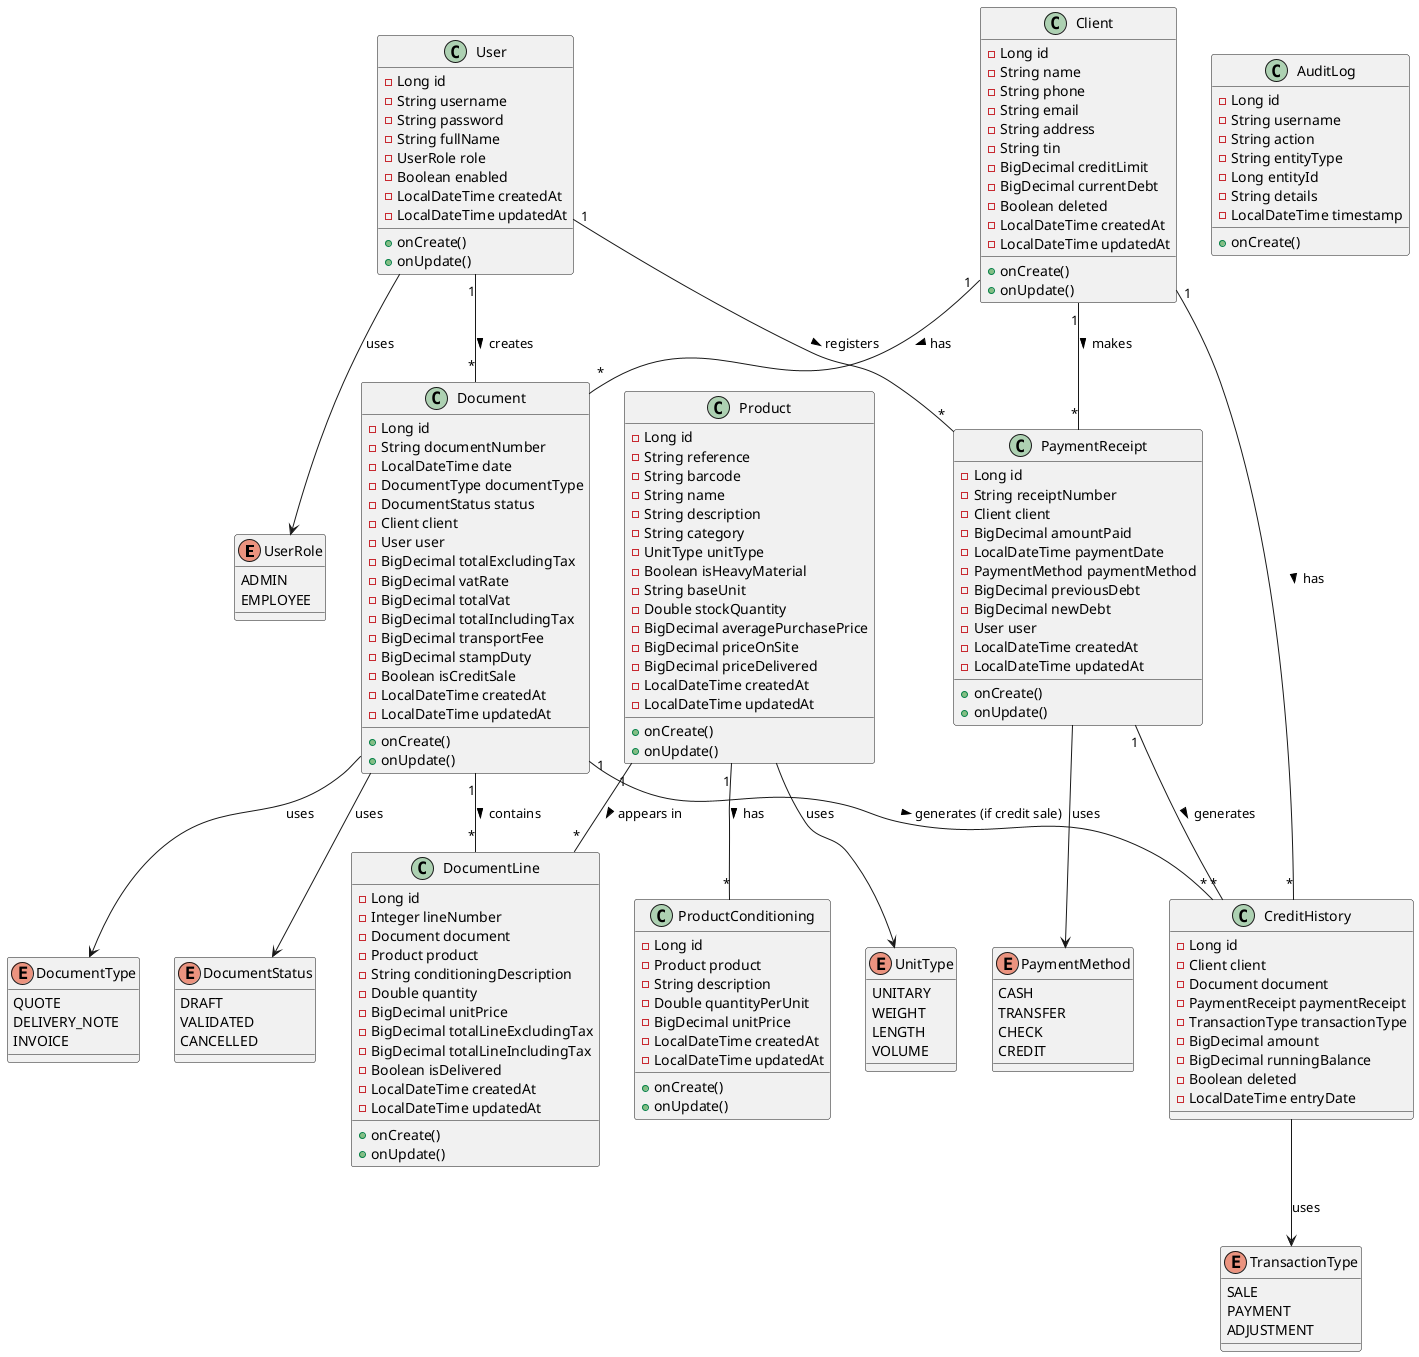
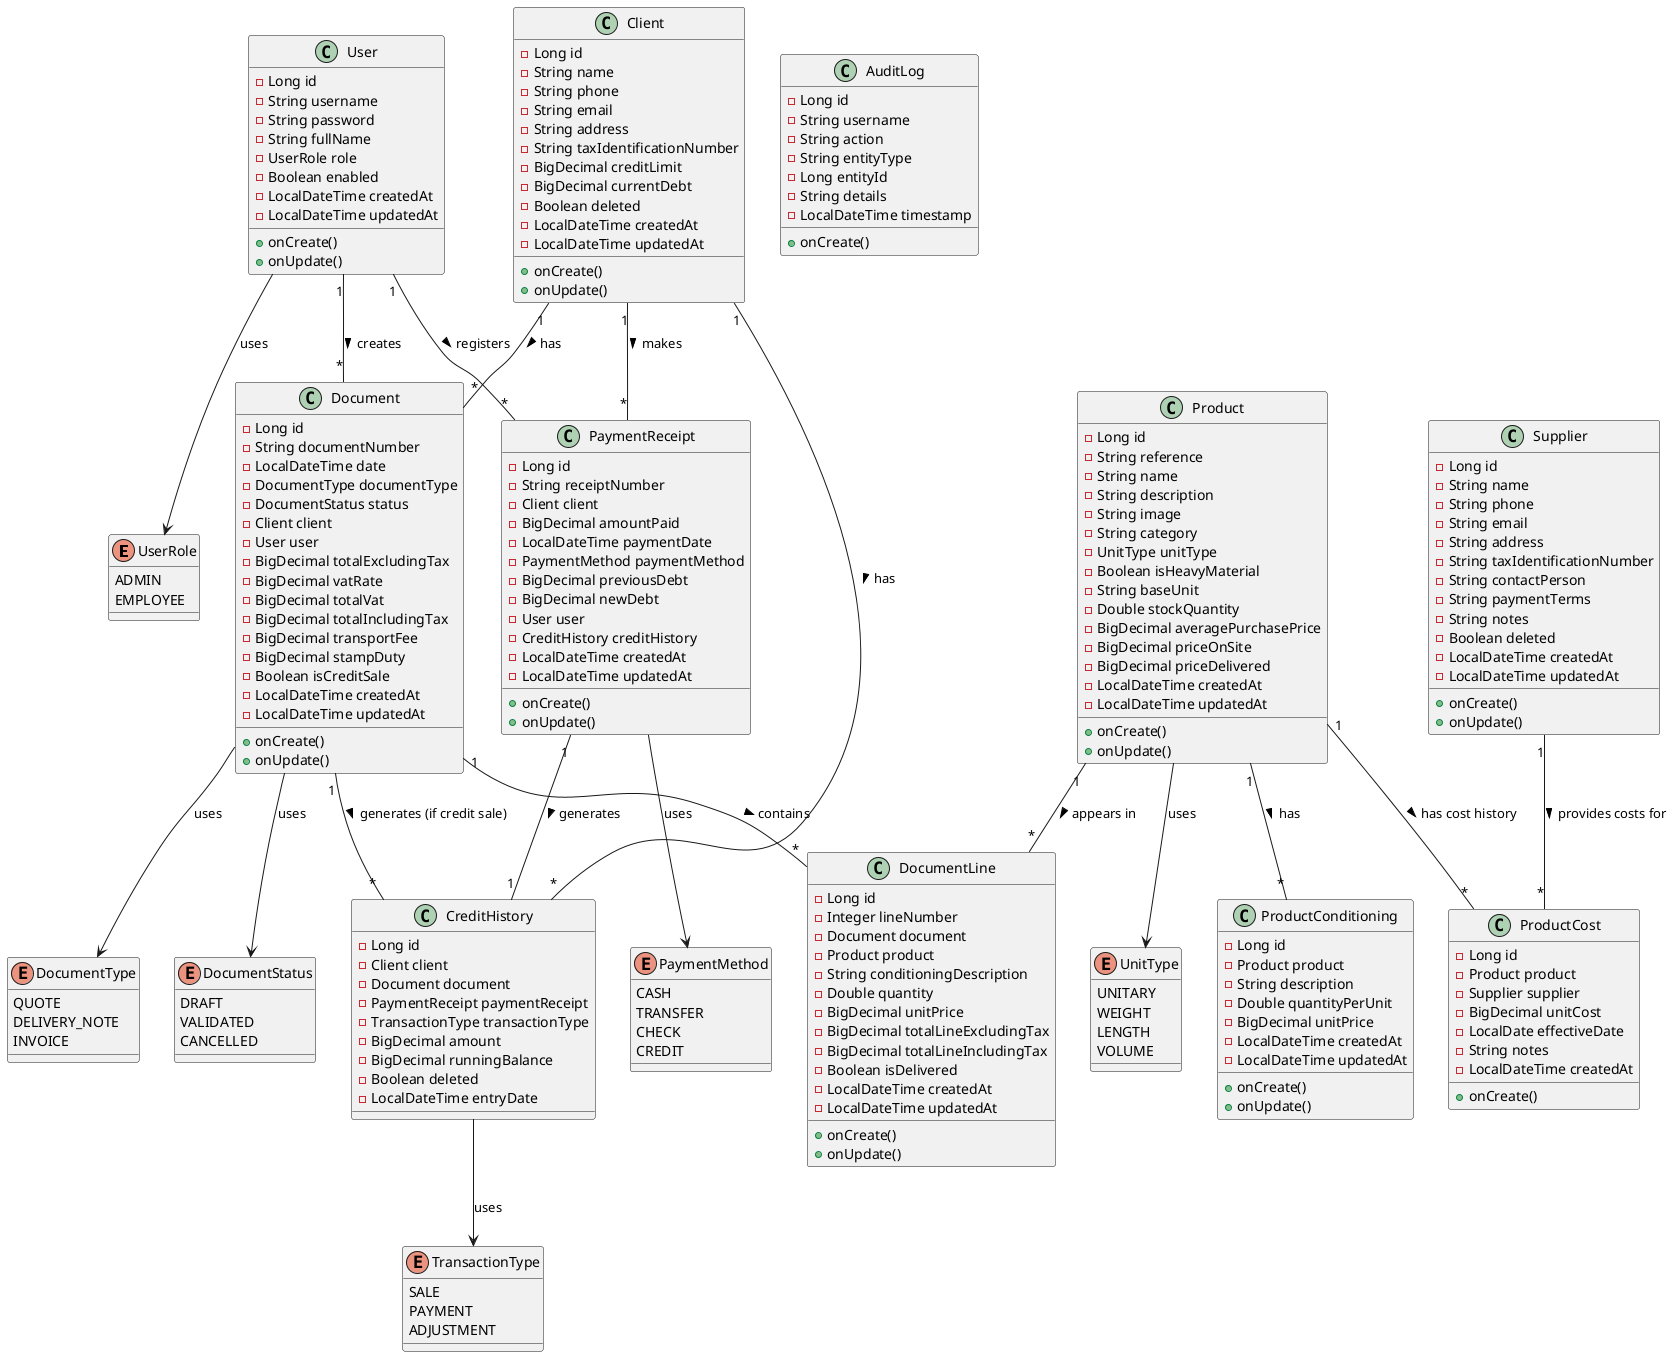
@startuml Hardware Store Class Diagram
' INOVEXAHUB - Système de Gestion Commerciale et Point de Vente (POS)
' Sprint 1: Modélisation UML
' Version: 1.0 (MVP)

' ============================================
' ENUMS
' ============================================

enum UserRole {
  ADMIN
  EMPLOYEE
}

enum UnitType {
  UNITARY
  WEIGHT
  LENGTH
  VOLUME
}

enum DocumentType {
  QUOTE
  DELIVERY_NOTE
  INVOICE
}

enum DocumentStatus {
  DRAFT
  VALIDATED
  CANCELLED
}

enum PaymentMethod {
  CASH
  TRANSFER
  CHECK
  CREDIT
}

enum TransactionType {
  SALE
  PAYMENT
  ADJUSTMENT
}

' ============================================
' ENTITIES
' ============================================

class User {
  - Long id
  - String username
  - String password
  - String fullName
  - UserRole role
  - Boolean enabled
  - LocalDateTime createdAt
  - LocalDateTime updatedAt
  + onCreate()
  + onUpdate()
}

class Client {
  - Long id
  - String name
  - String phone
  - String email
  - String address
-   - String tin
+   - String taxIdentificationNumber
  - BigDecimal creditLimit
  - BigDecimal currentDebt
  - Boolean deleted
  - LocalDateTime createdAt
  - LocalDateTime updatedAt
  + onCreate()
  + onUpdate()
}

+ class Supplier {
+   - Long id
+   - String name
+   - String phone
+   - String email
+   - String address
+   - String taxIdentificationNumber
+   - String contactPerson
+   - String paymentTerms
+   - String notes
+   - Boolean deleted
+   - LocalDateTime createdAt
+   - LocalDateTime updatedAt
+   + onCreate()
+   + onUpdate()
+ }
+ 
class Product {
  - Long id
  - String reference
-   - String barcode
  - String name
  - String description
+   - String image
  - String category
  - UnitType unitType
  - Boolean isHeavyMaterial
  - String baseUnit
  - Double stockQuantity
  - BigDecimal averagePurchasePrice
  - BigDecimal priceOnSite
  - BigDecimal priceDelivered
  - LocalDateTime createdAt
  - LocalDateTime updatedAt
  + onCreate()
  + onUpdate()
}

class ProductConditioning {
  - Long id
  - Product product
  - String description
  - Double quantityPerUnit
  - BigDecimal unitPrice
  - LocalDateTime createdAt
  - LocalDateTime updatedAt
  + onCreate()
  + onUpdate()
+ }
+ 
+ class ProductCost {
+   - Long id
+   - Product product
+   - Supplier supplier
+   - BigDecimal unitCost
+   - LocalDate effectiveDate
+   - String notes
+   - LocalDateTime createdAt
+   + onCreate()
}

class Document {
  - Long id
  - String documentNumber
  - LocalDateTime date
  - DocumentType documentType
  - DocumentStatus status
  - Client client
  - User user
  - BigDecimal totalExcludingTax
  - BigDecimal vatRate
  - BigDecimal totalVat
  - BigDecimal totalIncludingTax
  - BigDecimal transportFee
  - BigDecimal stampDuty
  - Boolean isCreditSale
  - LocalDateTime createdAt
  - LocalDateTime updatedAt
  + onCreate()
  + onUpdate()
}

class DocumentLine {
  - Long id
  - Integer lineNumber
  - Document document
  - Product product
  - String conditioningDescription
  - Double quantity
  - BigDecimal unitPrice
  - BigDecimal totalLineExcludingTax
  - BigDecimal totalLineIncludingTax
  - Boolean isDelivered
  - LocalDateTime createdAt
  - LocalDateTime updatedAt
  + onCreate()
  + onUpdate()
}

class PaymentReceipt {
  - Long id
  - String receiptNumber
  - Client client
  - BigDecimal amountPaid
  - LocalDateTime paymentDate
  - PaymentMethod paymentMethod
  - BigDecimal previousDebt
  - BigDecimal newDebt
  - User user
+   - CreditHistory creditHistory
  - LocalDateTime createdAt
  - LocalDateTime updatedAt
  + onCreate()
  + onUpdate()
}

class CreditHistory {
  - Long id
  - Client client
  - Document document
  - PaymentReceipt paymentReceipt
  - TransactionType transactionType
  - BigDecimal amount
  - BigDecimal runningBalance
  - Boolean deleted
  - LocalDateTime entryDate
}

class AuditLog {
  - Long id
  - String username
  - String action
  - String entityType
  - Long entityId
  - String details
  - LocalDateTime timestamp
  + onCreate()
}

' ============================================
' RELATIONSHIPS
' ============================================

' Enum relationships
User --> UserRole : uses
Product --> UnitType : uses
Document --> DocumentType : uses
Document --> DocumentStatus : uses
PaymentReceipt --> PaymentMethod : uses
CreditHistory --> TransactionType : uses

' Entity relationships
User "1" -- "*" Document : creates >
User "1" -- "*" PaymentReceipt : registers >

Client "1" -- "*" Document : has >
Client "1" -- "*" PaymentReceipt : makes >
Client "1" -- "*" CreditHistory : has >

Product "1" -- "*" ProductConditioning : has >
+ Product "1" -- "*" ProductCost : has cost history >
Product "1" -- "*" DocumentLine : appears in >
+ 
+ Supplier "1" -- "*" ProductCost : provides costs for >

Document "1" -- "*" DocumentLine : contains >
Document "1" -- "*" CreditHistory : generates (if credit sale) >

- PaymentReceipt "1" -- "*" CreditHistory : generates >
+ PaymentReceipt "1" -- "1" CreditHistory : generates >

@enduml
